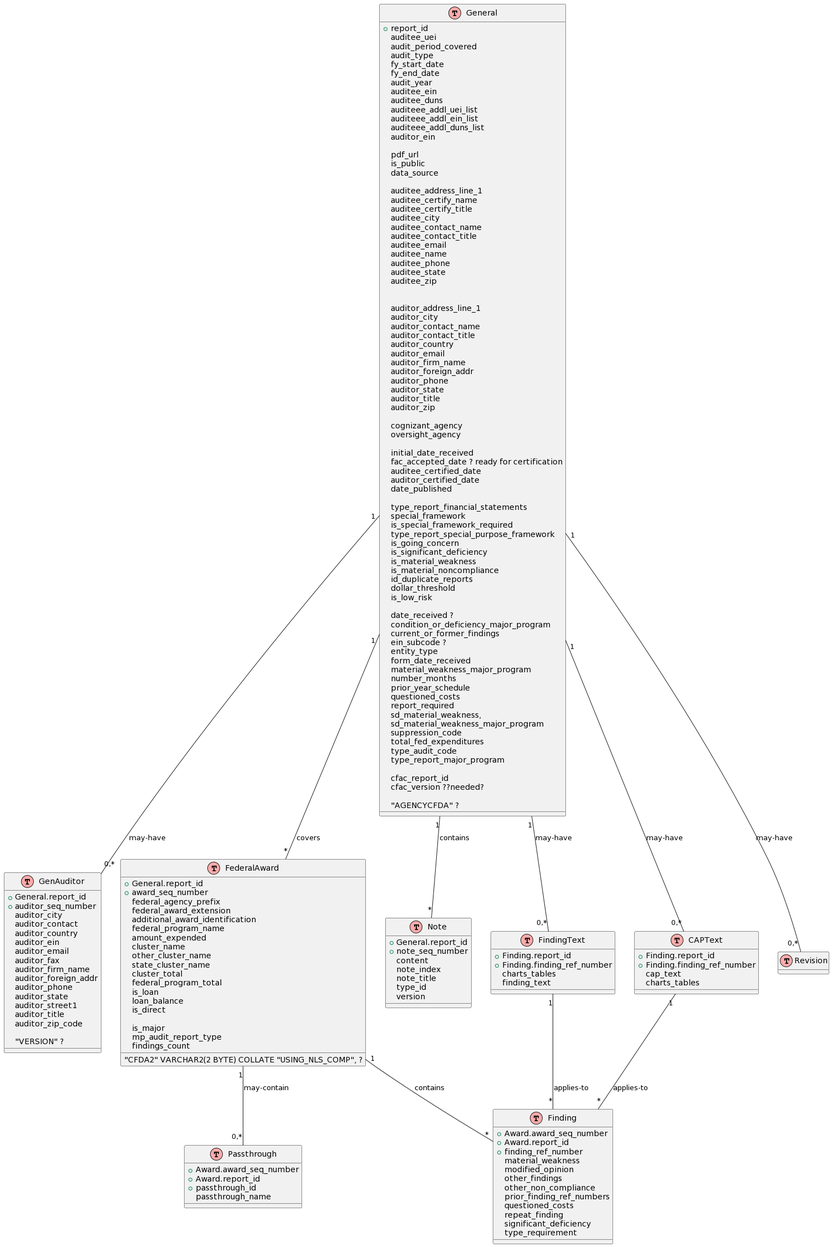
GSA-TTS/FAC keeps this PlantUML diagram as backend/dissemination/data-model/Data Model.png. Above is the earlier version.
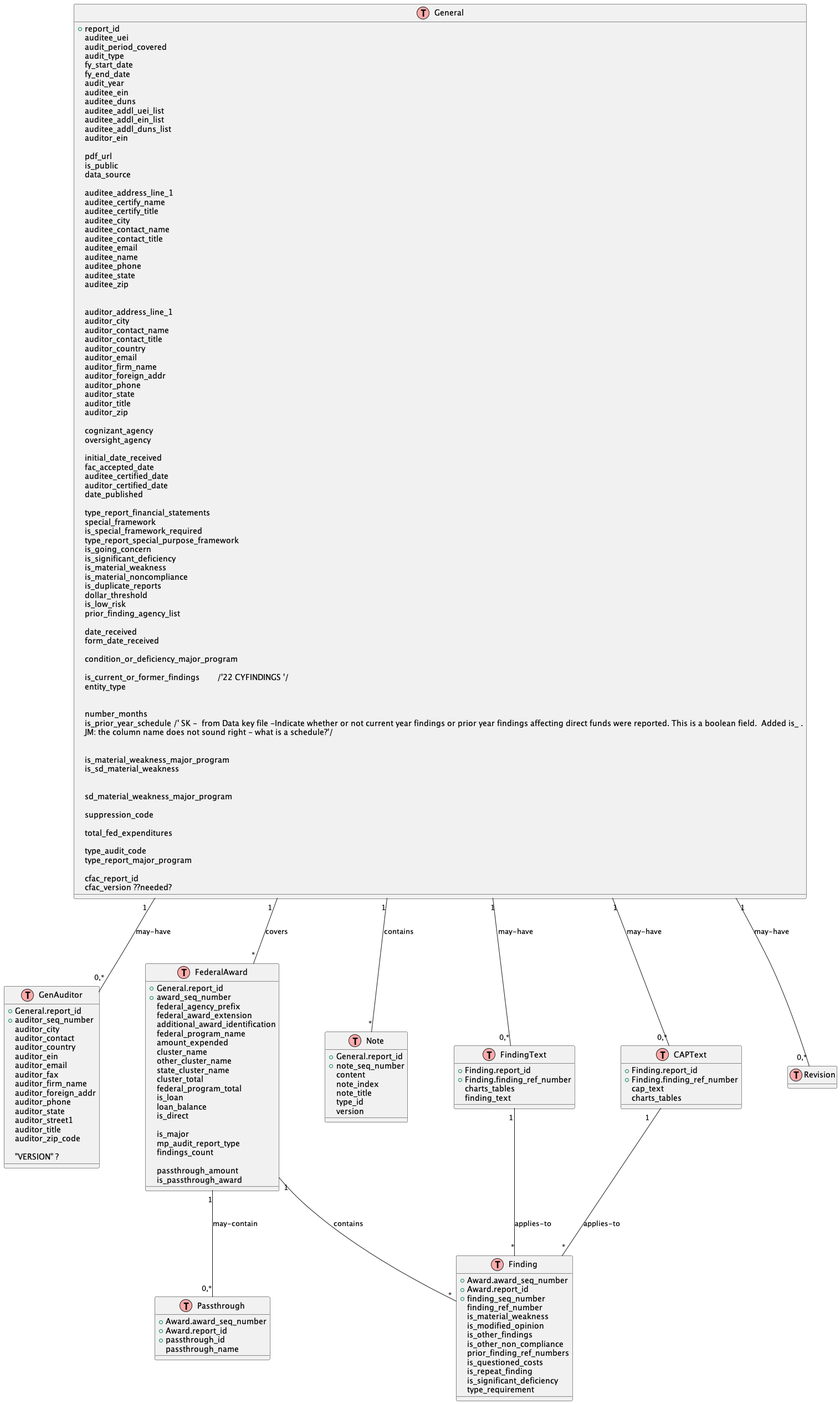
After the change.

Commit message:
1460 - Data model update  (#1498)

* Uncommented passthrough_amount,is_passthrough_award and removed AGNCYCFDA and a comment

* Updated boolean fields in Findings

* Updated boolean fields in Findings

What changed in the source:
```diff
@@ -1,4 +1,5 @@
-@startuml
+@startuml Data Model
+
 !define TABLE(name,desc) class name as "desc" << (T,#FFAAAA) >>
 !define PRIMARY_KEY(x) <color:red>x</color>
 !define FOREIGN_KEY(x) <color:blue>x</color>
@@ -15,9 +16,9 @@
     audit_year                   /'22 AUDITYEAR '/
     auditee_ein
     auditee_duns
-    auditeee_addl_uei_list
-    auditeee_addl_ein_list
-    auditeee_addl_duns_list
+    auditee_addl_uei_list
+    auditee_addl_ein_list
+    auditee_addl_duns_list
     auditor_ein
 
     pdf_url                           /' GFAC '/
@@ -54,7 +55,7 @@
     oversight_agency
 
     initial_date_received
-    fac_accepted_date ? ready for certification
+    fac_accepted_date /' JM: ?ready for certification. How is this different from initial_date_received? '/
     auditee_certified_date
     auditor_certified_date
     date_published
@@ -67,32 +68,41 @@
     is_significant_deficiency
     is_material_weakness
     is_material_noncompliance
-    id_duplicate_reports
+    is_duplicate_reports
     dollar_threshold
     is_low_risk
+    prior_finding_agency_list
 
-    date_received ?
-    condition_or_deficiency_major_program
-    current_or_former_findings        /'22 CYFINDINGS '/
-    ein_subcode ?
-    entity_type
-    form_date_received
-    material_weakness_major_program
-    number_months
-    prior_year_schedule
-    questioned_costs
-    report_required
-    sd_material_weakness,
-    sd_material_weakness_major_program
-    suppression_code
-    total_fed_expenditures
-    type_audit_code
-    type_report_major_program
+    date_received /' SK - from Census meeting - Date when recent submission was received.  This is >= initialdate '/
+    form_date_received /' SK - from Data key file - The most Recent Date the Form SF-SAC was received by the FAC. This field was not populated before 2001.'/
+
+    condition_or_deficiency_major_program /' SK - from Data key file - Indicate whether any reportable condition/signficant deficiency was disclosed as a material weakness for a major program in the Schedule of Findings and Questioned Costs '/
+
+    is_current_or_former_findings        /'22 CYFINDINGS '/ /' SK - This is a boolean field '/
+    entity_type /' SK - from Data key file - Self reported type of entity '/
+
+
+    number_months /' SK - from Data key file - Number of Months Covered by the 'Other' Audit Period'/
+    is_prior_year_schedule /' SK -  from Data key file -Indicate whether or not current year findings or prior year findings affecting direct funds were reported. This is a boolean field.  Added is_ .
+    JM: the column name does not sound right - what is a schedule?'/
+
+
+    is_material_weakness_major_program /' SK - Not used since 2013.  Is this hist_ ?'/
+    is_sd_material_weakness /' SK - from 1146 spreadsheet - Whether or not the audit disclosed any reportable condition/significant deficiency as a material weakness on financial statements. Its a Y/N field. It gets disseminated in the GEN file as MATERIALWEAKNESS'/
+
+
+    sd_material_weakness_major_program /' SK - Present in ELECAUDITHEADER.  Is this different from is_material_weakness_major_program ? '/
+
+    suppression_code  /' SK - from 1146 Questions sheet - This would indicate if the pdf audit would be displayed in the public site.  IT would mean indian tribe opting to not make the audit publicly available.  NULL would mean its pdf is on dispay on the public facing site. '/
+
+    total_fed_expenditures /' SK - from 1146 Questions sheet - It is the summation of all expenditures listed on the federal awards workbook. It is not entered by the user, the workbook calculates total expenditure and it is stored here. '/
+
+    type_audit_code   /' SK - from 1146 Questions sheet - Would indicate if the audit is A133 or UG. '/
+    type_report_major_program  /' SK - from Data key file - Type of Report Issued on the Major Program Compliance '/
 
     cfac_report_id
     cfac_version ??needed?
 
-  "AGENCYCFDA" ?
 
 }
 
@@ -138,8 +148,15 @@
   mp_audit_report_type
   findings_count
 
+  passthrough_amount
+  is_passthrough_award
 
-  "CFDA2" VARCHAR2(2 BYTE) COLLATE "USING_NLS_COMP", ?
+
+
+
+
+
+
 }
 
 TABLE(Passthrough, "Passthrough") {
@@ -153,15 +170,16 @@
 TABLE(Finding, "Finding") {
   + Award.award_seq_number /' To be added to GFAC '/
   + Award.report_id
-  + finding_ref_number /' GFAC '/
-  material_weakness
-  modified_opinion
-  other_findings
-  other_non_compliance
+  + finding_seq_number
+  finding_ref_number
+  is_material_weakness
+  is_modified_opinion
+  is_other_findings
+  is_other_non_compliance
   prior_finding_ref_numbers
-  questioned_costs
-  repeat_finding
-  significant_deficiency
+  is_questioned_costs
+  is_repeat_finding
+  is_significant_deficiency
   type_requirement
 
 }
@@ -205,4 +223,5 @@
 General "1" -- "*" Note : contains
 FindingText “1” -- “*” Finding : applies-to
 CAPText “1” -- “*” Finding : applies-to
+
 @enduml
```
